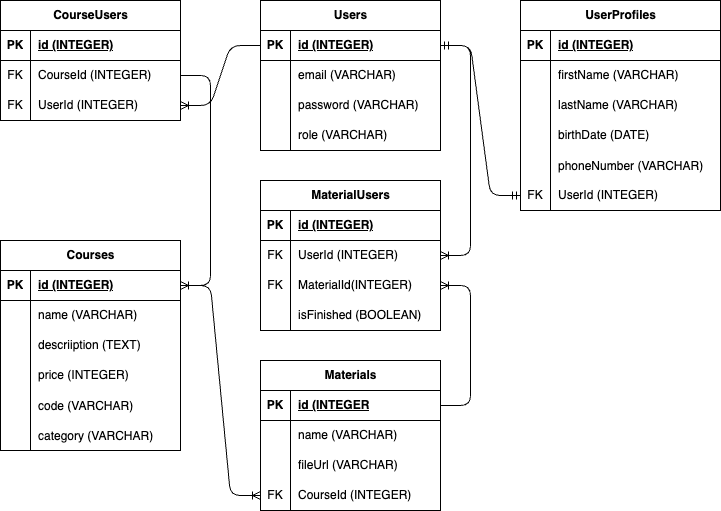
Earlier version of the draw.io export ERD.drawio.png (Behrliebe/phase-1-eduk8-akbarober-pp). Source tidied: cells renumbered, new cells last; positions are measured from the earlier drawing's top-left corner, leaving out a move shared by most shapes.
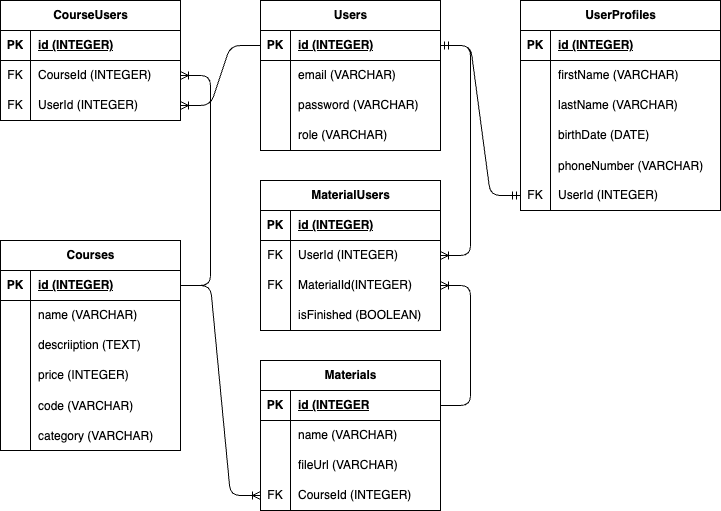
The same diagram one commit later.

What changed in the source:
```diff
@@ -278,15 +278,8 @@
     <mxCell id="93" style="edgeStyle=entityRelationEdgeStyle;fontSize=12;html=1;endArrow=ERoneToMany;exitDx=0;exitDy=0;exitPerimeter=0;" parent="1" edge="1" source="32" target="48">
       <mxGeometry relative="1" as="geometry" />
     </mxCell>
-    <mxCell id="94" style="edgeStyle=entityRelationEdgeStyle;fontSize=12;html=1;endArrow=ERoneToMany;arcSize=20;" parent="1" edge="1" source="6" target="13">
-      <mxGeometry relative="1" as="geometry">
-        <Array as="points">
-          <mxPoint x="10" y="210" />
-          <mxPoint x="60" y="220" />
-          <mxPoint x="20" y="210" />
-          <mxPoint y="340" />
-        </Array>
-      </mxGeometry>
-    </mxCell>
+    <mxCell id="95" style="edgeStyle=entityRelationEdgeStyle;fontSize=12;html=1;endArrow=ERoneToMany;" parent="1" edge="1" source="13" target="6">
+      <mxGeometry relative="1" as="geometry" />
+    </mxCell>
   </root>
 </mxGraphModel>
```
